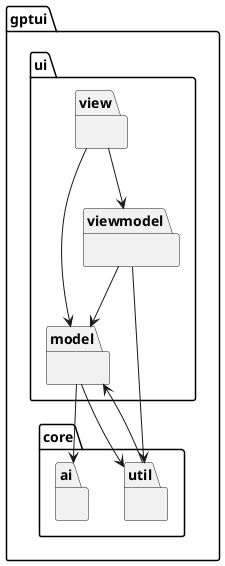
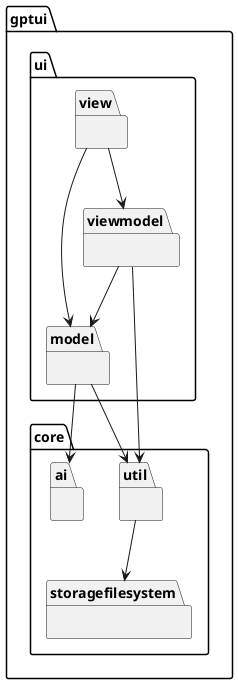
@startuml
'https://plantuml.com/class-diagram

package gptui {
    package core {
        package ai {}
        package util {}
+         package storagefilesystem {}
    }
    package ui {
        package model {}
        package view {}
        package viewmodel {}
    }
}

view --> viewmodel
view --> model
viewmodel --> model
viewmodel --> util
model --> util
- util --> model
+ util --> storagefilesystem
model --> ai

@enduml